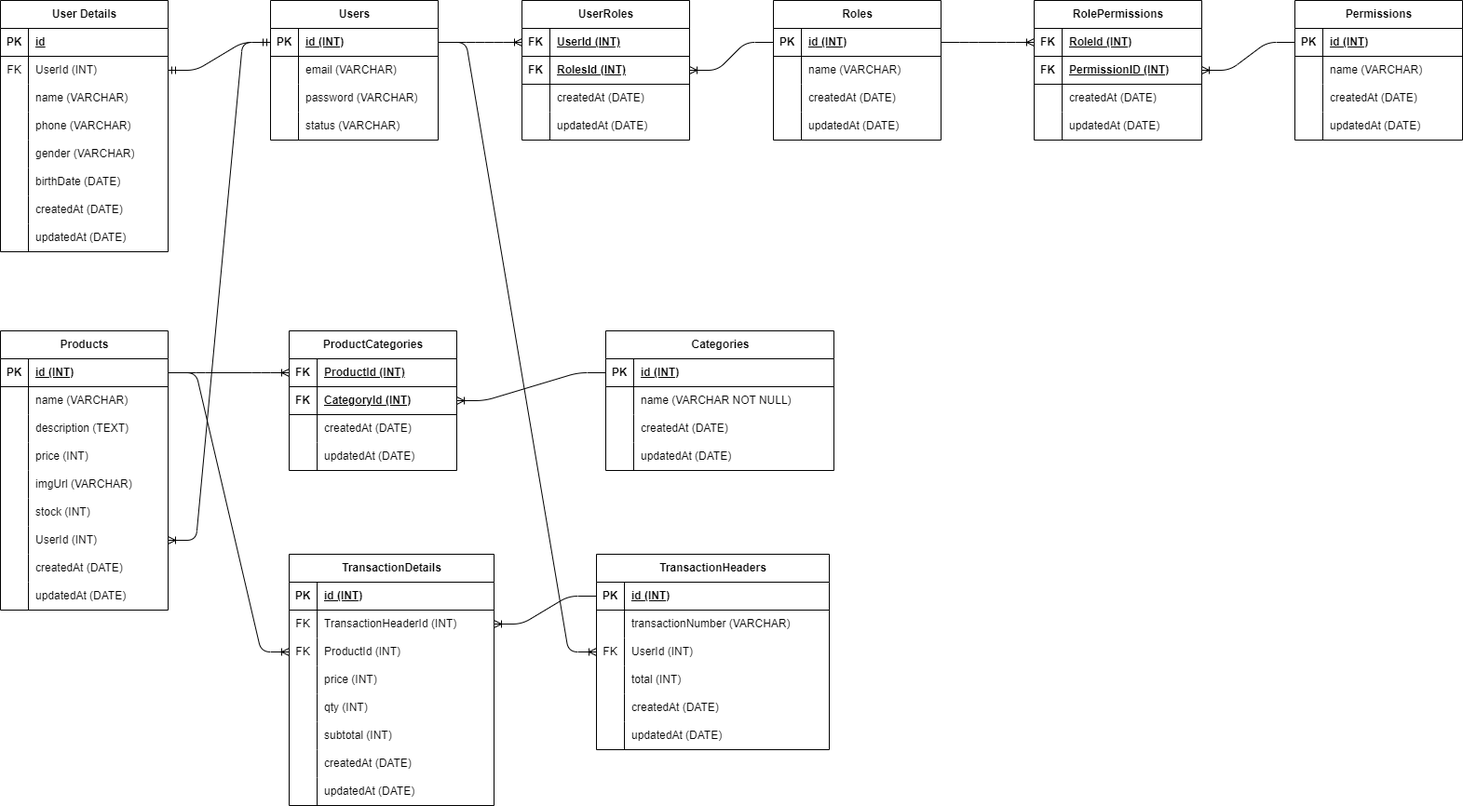
andikarahmadisaputra/ecommerce keeps this draw.io diagram as schema.drawio.png. Above is the earlier version. Source tidied: cells renumbered, new cells last; positions are measured from the earlier drawing's top-left corner, leaving out a move shared by most shapes.
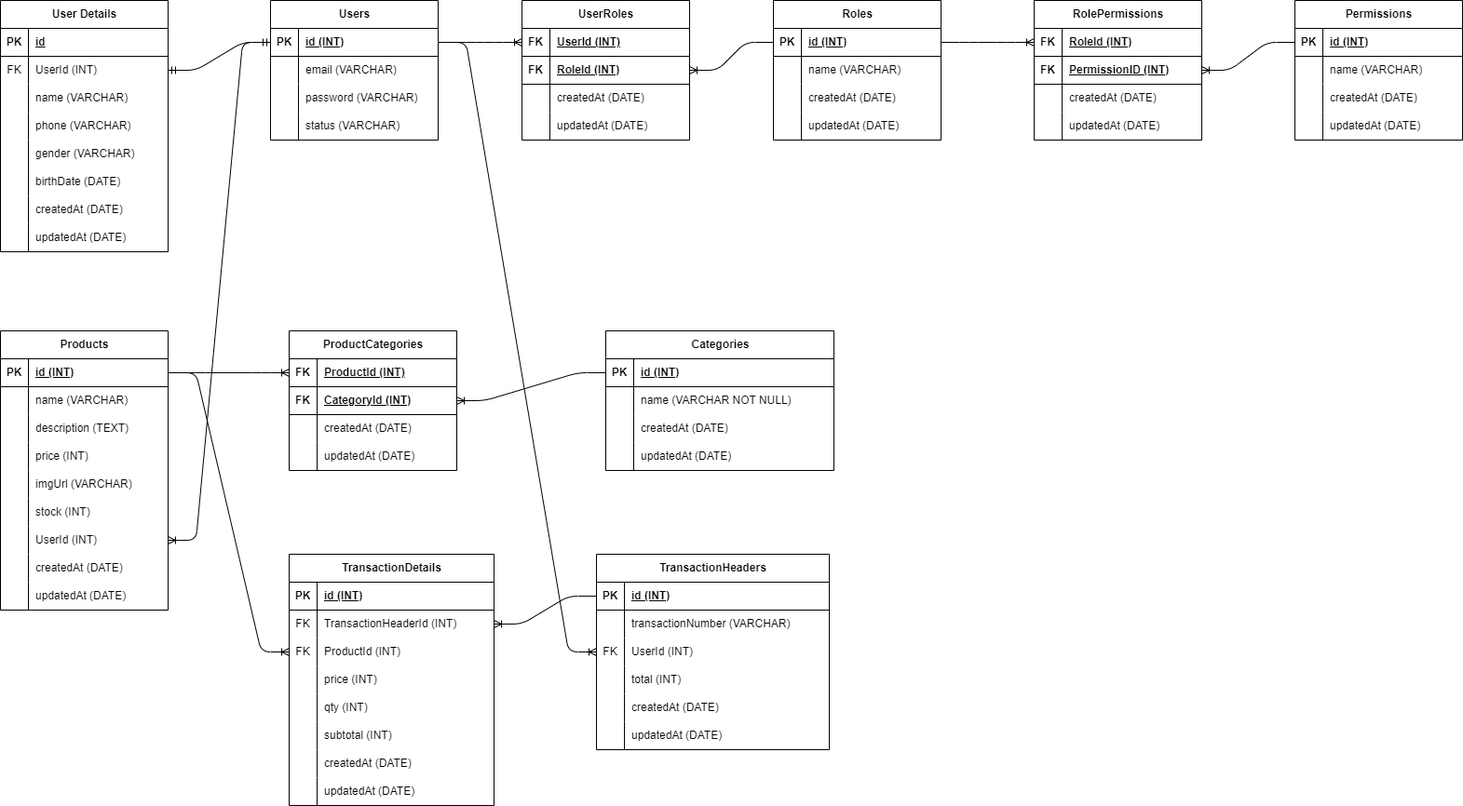
Above is the later version.

Diff of the diagram source:
```diff
@@ -260,7 +260,7 @@
     <mxCell id="87" value="FK" style="shape=partialRectangle;fillColor=none;top=0;left=0;bottom=0;right=0;fontStyle=1;overflow=hidden;whiteSpace=wrap;html=1;" parent="86" vertex="1">
       <mxGeometry width="30" height="30" as="geometry" />
     </mxCell>
-    <mxCell id="88" value="RolesId (INT)" style="shape=partialRectangle;fillColor=none;top=0;left=0;bottom=0;right=0;align=left;spacingLeft=6;fontStyle=5;overflow=hidden;whiteSpace=wrap;html=1;" parent="86" vertex="1">
+    <mxCell id="88" value="RoleId (INT)" style="shape=partialRectangle;fillColor=none;top=0;left=0;bottom=0;right=0;align=left;spacingLeft=6;fontStyle=5;overflow=hidden;whiteSpace=wrap;html=1;" parent="86" vertex="1">
       <mxGeometry x="30" width="150" height="30" as="geometry" />
     </mxCell>
     <mxCell id="89" style="shape=tableRow;horizontal=0;startSize=0;swimlaneHead=0;swimlaneBody=0;fillColor=none;top=0;left=0;right=0;bottom=0;" parent="82" vertex="1">
```
